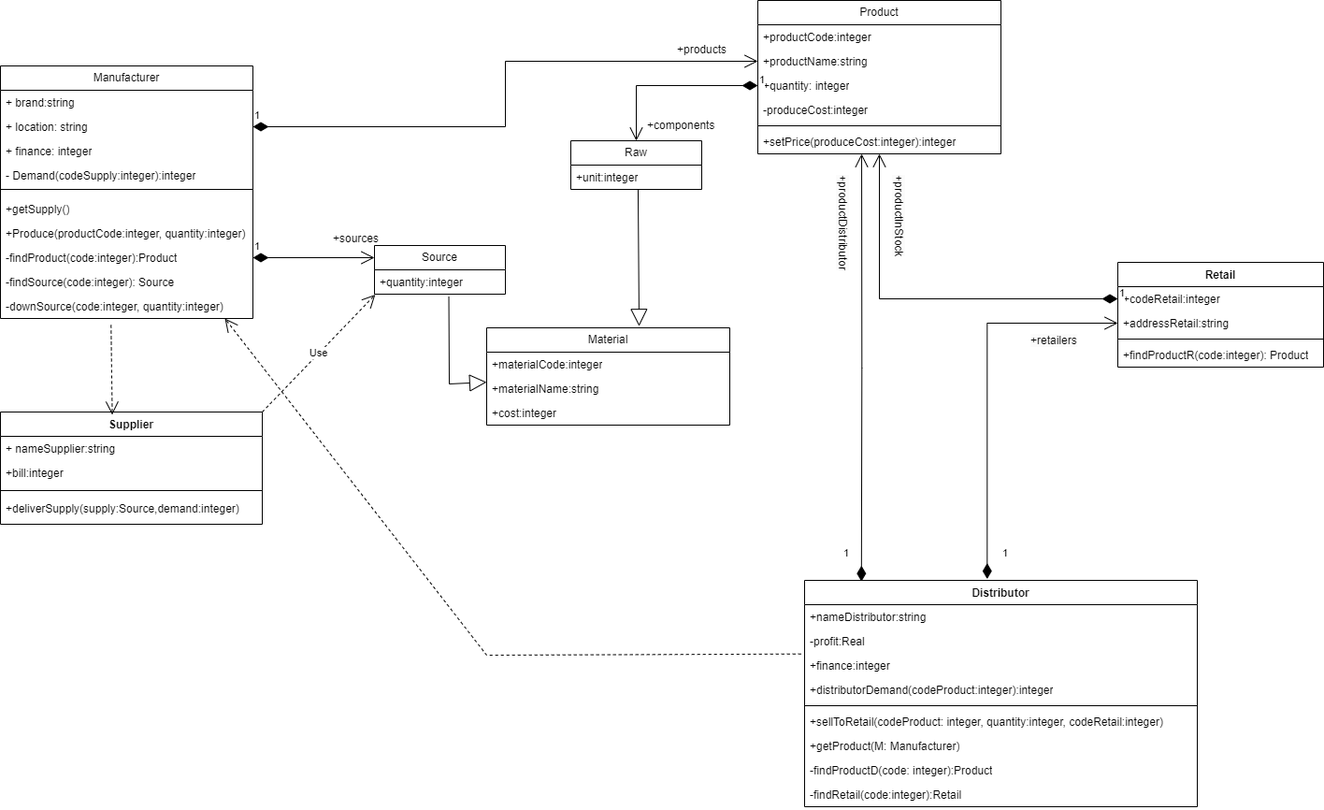
Above: UML/ObjectOrientedAnalysis.drawio.png in zavaranak/932102.Dang (draw.io), before the change. Source tidied: cells renumbered, new cells last; positions are measured from the earlier drawing's top-left corner, leaving out a move shared by most shapes.
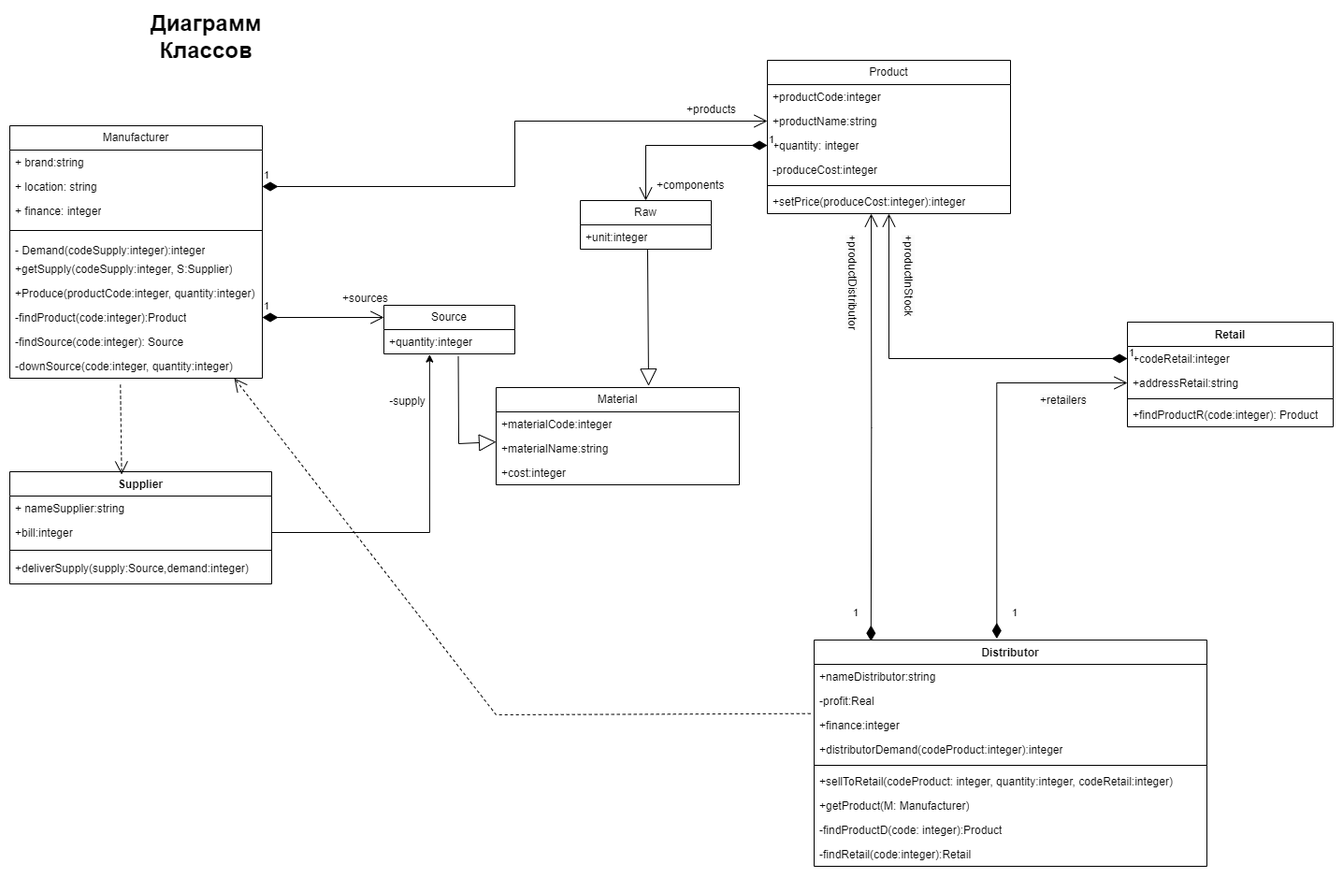
After the commit.

The edit, as a diff of the source:
```diff
@@ -35,13 +35,13 @@
     <mxCell id="12" value="+ finance: integer" style="text;strokeColor=none;fillColor=none;align=left;verticalAlign=top;spacingLeft=4;spacingRight=4;overflow=hidden;whiteSpace=wrap;html=1;" parent="9" vertex="1">
       <mxGeometry y="78" width="270" height="26" as="geometry" />
     </mxCell>
+    <mxCell id="14" style="line;strokeWidth=1;fillColor=none;align=left;verticalAlign=middle;spacingTop=-1;spacingLeft=3;spacingRight=3;labelPosition=right;strokeColor=inherit;" parent="9" vertex="1">
+      <mxGeometry y="104" width="270" height="16" as="geometry" />
+    </mxCell>
     <mxCell id="13" value="- Demand(codeSupply:integer):integer" style="text;strokeColor=none;fillColor=none;align=left;verticalAlign=top;spacingLeft=4;spacingRight=4;overflow=hidden;whiteSpace=wrap;html=1;" parent="9" vertex="1">
-      <mxGeometry y="104" width="270" height="20" as="geometry" />
+      <mxGeometry y="120" width="270" height="20" as="geometry" />
     </mxCell>
-    <mxCell id="14" style="line;strokeWidth=1;fillColor=none;align=left;verticalAlign=middle;spacingTop=-1;spacingLeft=3;spacingRight=3;labelPosition=right;strokeColor=inherit;" parent="9" vertex="1">
-      <mxGeometry y="124" width="270" height="16" as="geometry" />
-    </mxCell>
-    <mxCell id="15" value="+getSupply()" style="text;strokeColor=none;fillColor=none;align=left;verticalAlign=top;spacingLeft=4;spacingRight=4;overflow=hidden;whiteSpace=wrap;html=1;" parent="9" vertex="1">
+    <mxCell id="15" value="+getSupply(codeSupply:integer, S:Supplier)" style="text;strokeColor=none;fillColor=none;align=left;verticalAlign=top;spacingLeft=4;spacingRight=4;overflow=hidden;whiteSpace=wrap;html=1;" parent="9" vertex="1">
       <mxGeometry y="140" width="270" height="26" as="geometry" />
     </mxCell>
     <mxCell id="16" value="+Produce(productCode:integer, quantity:integer)" style="text;strokeColor=none;fillColor=none;align=left;verticalAlign=top;spacingLeft=4;spacingRight=4;overflow=hidden;whiteSpace=wrap;html=1;" parent="9" vertex="1">
@@ -114,9 +114,6 @@
     <mxCell id="37" style="endArrow=open;endSize=12;dashed=1;html=1;rounded=0;exitX=0.438;exitY=1.269;exitDx=0;exitDy=0;entryX=0.427;entryY=0.025;entryDx=0;entryDy=0;entryPerimeter=0;exitPerimeter=0;" parent="1" edge="1" source="19" target="21">
       <mxGeometry relative="1" as="geometry" />
     </mxCell>
-    <mxCell id="38" value="Use" style="endArrow=open;endSize=12;dashed=1;html=1;rounded=0;exitX=1;exitY=0;exitDx=0;exitDy=0;entryX=0.006;entryY=1.02;entryDx=0;entryDy=0;entryPerimeter=0;" parent="1" edge="1" source="21" target="31">
-      <mxGeometry relative="1" as="geometry" />
-    </mxCell>
     <mxCell id="39" value="Distributor" style="swimlane;fontStyle=1;align=center;verticalAlign=top;horizontal=1;startSize=26;whiteSpace=wrap;html=1;" parent="1" vertex="1">
       <mxGeometry x="860" y="620" width="420" height="242" as="geometry" />
     </mxCell>
@@ -202,5 +199,14 @@
     <mxCell id="64" value="&lt;span style=&quot;color: rgb(0, 0, 0); font-family: Helvetica; font-size: 12px; font-style: normal; font-variant-ligatures: normal; font-variant-caps: normal; font-weight: 400; letter-spacing: normal; orphans: 2; text-align: center; text-indent: 0px; text-transform: none; widows: 2; word-spacing: 0px; -webkit-text-stroke-width: 0px; background-color: rgb(251, 251, 251); text-decoration-thickness: initial; text-decoration-style: initial; text-decoration-color: initial; float: none; display: inline !important;&quot;&gt;+retailers&lt;br&gt;&lt;br&gt;&lt;/span&gt;" style="text;whiteSpace=wrap;html=1;rotation=0;" parent="1" vertex="1">
       <mxGeometry x="1100" y="350" width="90" height="40" as="geometry" />
     </mxCell>
+    <mxCell id="65" style="edgeStyle=orthogonalEdgeStyle;rounded=0;jettySize=auto;html=1;exitX=1;exitY=0.5;exitDx=0;exitDy=0;entryX=0.349;entryY=1.023;entryDx=0;entryDy=0;entryPerimeter=0;" parent="1" edge="1" source="23" target="31">
+      <mxGeometry relative="1" as="geometry" />
+    </mxCell>
+    <mxCell id="66" value="-supply" style="text;html=1;align=center;verticalAlign=middle;strokeColor=none;fillColor=none;" parent="1" vertex="1">
+      <mxGeometry x="395" y="350" width="60" height="30" as="geometry" />
+    </mxCell>
+    <mxCell id="67" value="&lt;span style=&quot;font-size: 24px;&quot;&gt;&lt;b&gt;Диаграмм Классов&lt;/b&gt;&lt;/span&gt;" style="text;html=1;strokeColor=none;fillColor=none;align=center;verticalAlign=middle;whiteSpace=wrap;rounded=0;" parent="1" vertex="1">
+      <mxGeometry x="180" y="-40" width="60" height="30" as="geometry" />
+    </mxCell>
   </root>
 </mxGraphModel>
```
